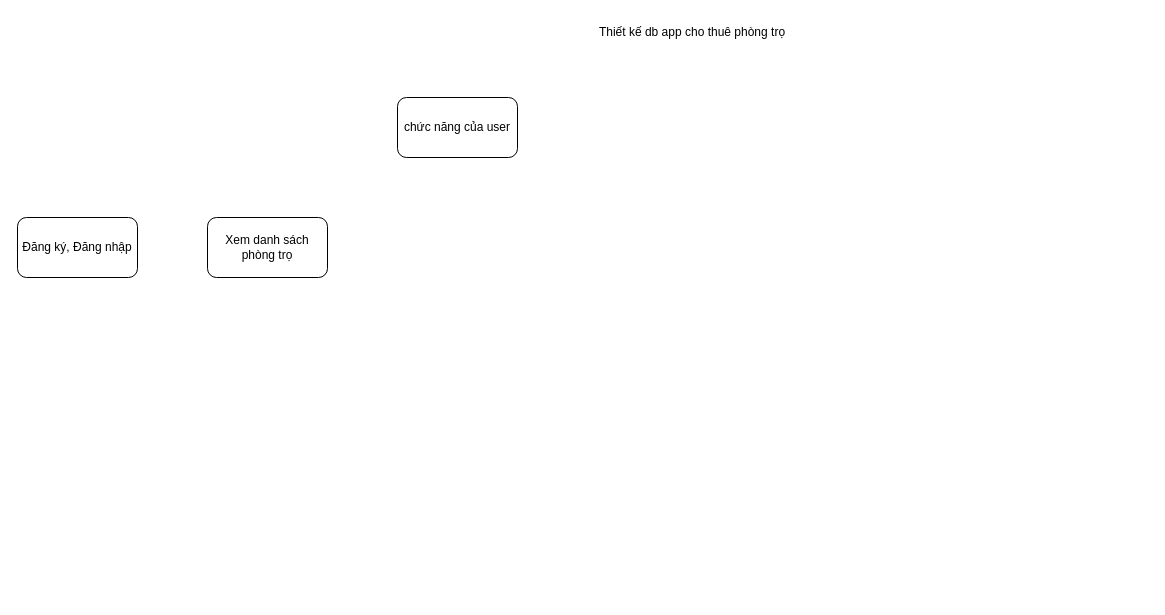
This is thiết kế db cho app cho thuê phòng trọ.drawio from vuongnd03/black-had, a draw.io file, before an edit. Source tidied: cells renumbered, new cells numbered last; positions are measured from the earlier drawing's top-left corner, leaving out a move shared by most shapes. Both pictures are drawn from the tidied source at 100%, with x=0, y=0 at pixel (17, 17).
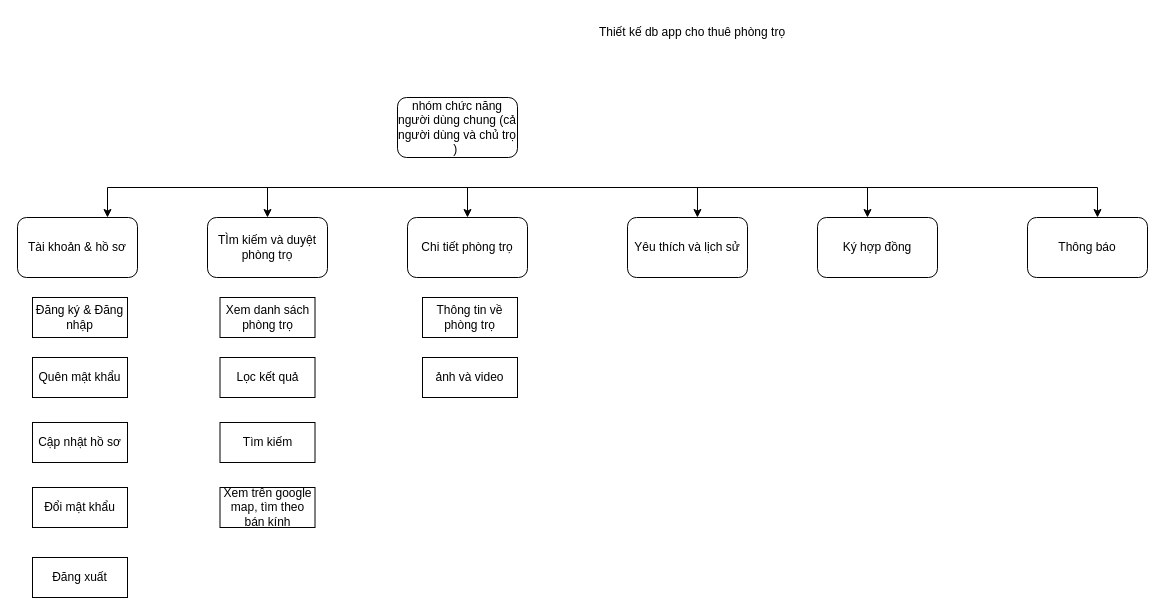
Above is the later version.

Commit message:
Cập nhật thiết kế db cho app cho thuê phòng trọ.drawio

The edit, as a diff of the source:
```diff
@@
-    <mxCell id="3" value="chức năng của user" style="rounded=1;whiteSpace=wrap;html=1;" parent="1" vertex="1">
+    <mxCell id="3" value="nhóm chức năng người dùng chung (cả người dùng và chủ trọ )&amp;nbsp;" style="rounded=1;whiteSpace=wrap;html=1;" parent="1" vertex="1">
       <mxGeometry x="380" y="80" width="120" height="60" as="geometry" />
     </mxCell>
-    <mxCell id="4" value="Đăng ký, Đăng nhập" style="rounded=1;whiteSpace=wrap;html=1;" parent="1" vertex="1">
+    <mxCell id="4" value="Tài khoản &amp;amp; hồ sơ" style="rounded=1;whiteSpace=wrap;html=1;" parent="1" vertex="1">
       <mxGeometry y="200" width="120" height="60" as="geometry" />
     </mxCell>
-    <mxCell id="5" value="Xem danh sách phòng trọ" style="rounded=1;whiteSpace=wrap;html=1;" parent="1" vertex="1">
+    <mxCell id="5" value="TÌm kiếm và duyệt phòng trọ" style="rounded=1;whiteSpace=wrap;html=1;" parent="1" vertex="1">
       <mxGeometry x="190" y="200" width="120" height="60" as="geometry" />
     </mxCell>
+    <mxCell id="6" value="Chi tiết phòng trọ" style="rounded=1;whiteSpace=wrap;html=1;" parent="1" vertex="1">
+      <mxGeometry x="390" y="200" width="120" height="60" as="geometry" />
+    </mxCell>
+    <mxCell id="7" style="endArrow=none;html=1;rounded=0;" parent="1" edge="1">
+      <mxGeometry relative="1" as="geometry">
+        <mxPoint x="90" y="170" as="sourcePoint" />
+        <mxPoint x="1080" y="170" as="targetPoint" />
+      </mxGeometry>
+    </mxCell>
+    <mxCell id="8" style="endArrow=classic;html=1;rounded=0;entryX=0.75;entryY=0;entryDx=0;entryDy=0;" parent="1" edge="1" target="4">
+      <mxGeometry relative="1" as="geometry">
+        <mxPoint x="90" y="170" as="sourcePoint" />
+      </mxGeometry>
+    </mxCell>
+    <mxCell id="9" style="endArrow=classic;html=1;rounded=0;entryX=0.5;entryY=0;entryDx=0;entryDy=0;" parent="1" edge="1" target="5">
+      <mxGeometry relative="1" as="geometry">
+        <mxPoint x="250" y="170" as="sourcePoint" />
+      </mxGeometry>
+    </mxCell>
+    <mxCell id="10" style="endArrow=classic;html=1;rounded=0;entryX=0.5;entryY=0;entryDx=0;entryDy=0;" parent="1" edge="1" target="6">
+      <mxGeometry relative="1" as="geometry">
+        <mxPoint x="450" y="170" as="sourcePoint" />
+      </mxGeometry>
+    </mxCell>
+    <mxCell id="11" value="Yêu thích và lịch sử" style="rounded=1;whiteSpace=wrap;html=1;" parent="1" vertex="1">
+      <mxGeometry x="610" y="200" width="120" height="60" as="geometry" />
+    </mxCell>
+    <mxCell id="12" style="endArrow=classic;html=1;rounded=0;entryX=0.583;entryY=0;entryDx=0;entryDy=0;entryPerimeter=0;" parent="1" edge="1" target="11">
+      <mxGeometry relative="1" as="geometry">
+        <mxPoint x="680" y="170" as="sourcePoint" />
+      </mxGeometry>
+    </mxCell>
+    <mxCell id="13" value="Ký hợp đồng" style="rounded=1;whiteSpace=wrap;html=1;" parent="1" vertex="1">
+      <mxGeometry x="800" y="200" width="120" height="60" as="geometry" />
+    </mxCell>
+    <mxCell id="14" style="endArrow=classic;html=1;rounded=0;entryX=0.5;entryY=0;entryDx=0;entryDy=0;" parent="1" edge="1">
+      <mxGeometry relative="1" as="geometry">
+        <mxPoint x="1080" y="170" as="sourcePoint" />
+        <mxPoint x="1080" y="200" as="targetPoint" />
+      </mxGeometry>
+    </mxCell>
+    <mxCell id="15" value="Đăng ký &amp;amp; Đăng nhập" style="rounded=0;whiteSpace=wrap;html=1;" parent="1" vertex="1">
+      <mxGeometry x="15" y="280" width="95" height="40" as="geometry" />
+    </mxCell>
+    <mxCell id="16" value="Quên mật khẩu" style="rounded=0;whiteSpace=wrap;html=1;" parent="1" vertex="1">
+      <mxGeometry x="15" y="340" width="95" height="40" as="geometry" />
+    </mxCell>
+    <mxCell id="17" value="Cập nhật hồ sơ" style="rounded=0;whiteSpace=wrap;html=1;" parent="1" vertex="1">
+      <mxGeometry x="15" y="405" width="95" height="40" as="geometry" />
+    </mxCell>
+    <mxCell id="18" value="Đổi mật khẩu" style="rounded=0;whiteSpace=wrap;html=1;" parent="1" vertex="1">
+      <mxGeometry x="15" y="470" width="95" height="40" as="geometry" />
+    </mxCell>
+    <mxCell id="19" value="Đăng xuất" style="rounded=0;whiteSpace=wrap;html=1;" parent="1" vertex="1">
+      <mxGeometry x="15" y="540" width="95" height="40" as="geometry" />
+    </mxCell>
+    <mxCell id="20" value="Xem danh sách phòng trọ" style="rounded=0;whiteSpace=wrap;html=1;" parent="1" vertex="1">
+      <mxGeometry x="202.5" y="280" width="95" height="40" as="geometry" />
+    </mxCell>
+    <mxCell id="21" value="Lọc kết quả" style="rounded=0;whiteSpace=wrap;html=1;" parent="1" vertex="1">
+      <mxGeometry x="202.5" y="340" width="95" height="40" as="geometry" />
+    </mxCell>
+    <mxCell id="22" value="Tìm kiếm" style="rounded=0;whiteSpace=wrap;html=1;" parent="1" vertex="1">
+      <mxGeometry x="202.5" y="405" width="95" height="40" as="geometry" />
+    </mxCell>
+    <mxCell id="23" value="Thông báo" style="rounded=1;whiteSpace=wrap;html=1;" parent="1" vertex="1">
+      <mxGeometry x="1010" y="200" width="120" height="60" as="geometry" />
+    </mxCell>
+    <mxCell id="24" style="endArrow=classic;html=1;rounded=0;entryX=0.5;entryY=0;entryDx=0;entryDy=0;" parent="1" edge="1">
+      <mxGeometry relative="1" as="geometry">
+        <mxPoint x="850" y="170" as="sourcePoint" />
+        <mxPoint x="850" y="200" as="targetPoint" />
+      </mxGeometry>
+    </mxCell>
+    <mxCell id="25" value="Xem trên google map, tìm theo bán kính" style="rounded=0;whiteSpace=wrap;html=1;" parent="1" vertex="1">
+      <mxGeometry x="202.5" y="470" width="95" height="40" as="geometry" />
+    </mxCell>
+    <mxCell id="26" value="Thông tin về phòng trọ" style="rounded=0;whiteSpace=wrap;html=1;" parent="1" vertex="1">
+      <mxGeometry x="405" y="280" width="95" height="40" as="geometry" />
+    </mxCell>
+    <mxCell id="27" value="ảnh và video" style="rounded=0;whiteSpace=wrap;html=1;" parent="1" vertex="1">
+      <mxGeometry x="405" y="340" width="95" height="40" as="geometry" />
+    </mxCell>
```
